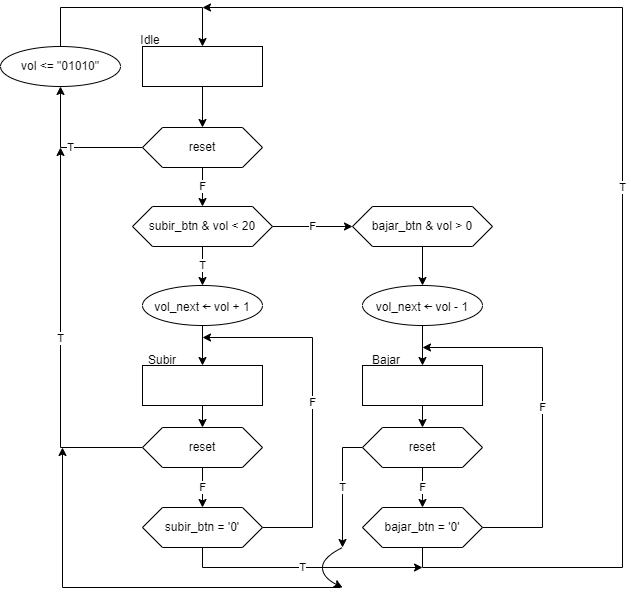
Before: Diagrama Controlador Volumen (3.7).png, a diagram exported from draw.io (crbgx/DSED-2021). Source tidied: cells renumbered, new cells last; positions are measured from the earlier drawing's top-left corner, leaving out a move shared by most shapes.
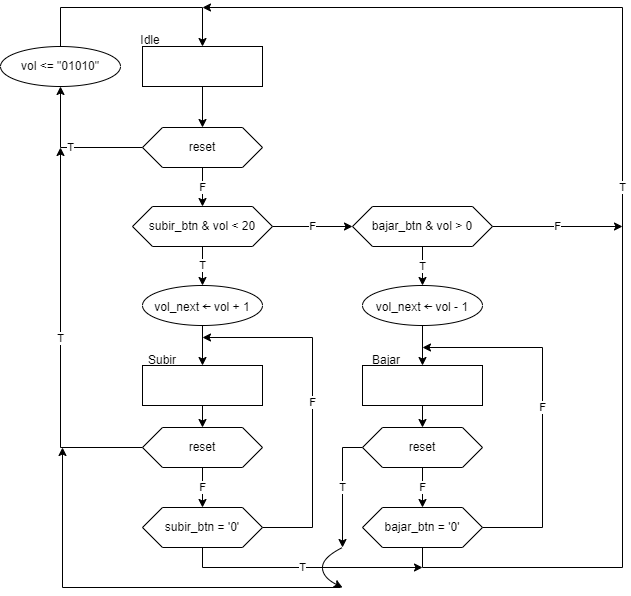
Above is the later version.

Commit message:
CORREGIDO DIAGRAMA VOLUMEN

Diff of the diagram source:
```diff
@@ -44,9 +44,14 @@
     <mxCell id="15" value="vol_next&amp;nbsp;&lt;span style=&quot;font-family: &amp;#34;consolas&amp;#34; , &amp;#34;menlo&amp;#34; , &amp;#34;courier new&amp;#34; , monospace ; font-size: 15px ; background-color: rgb(255 , 255 , 255)&quot;&gt;←&lt;/span&gt;&amp;nbsp;vol + 1" style="ellipse;whiteSpace=wrap;html=1;" parent="1" vertex="1">
       <mxGeometry x="142" y="278" width="120" height="40" as="geometry" />
     </mxCell>
-    <mxCell id="16" style="edgeStyle=orthogonalEdgeStyle;rounded=0;jettySize=auto;html=1;exitX=0.5;exitY=1;exitDx=0;exitDy=0;entryX=0.5;entryY=0;entryDx=0;entryDy=0;" parent="1" edge="1" source="17" target="19">
+    <mxCell id="16" value="T" style="edgeStyle=orthogonalEdgeStyle;rounded=0;jettySize=auto;html=1;exitX=0.5;exitY=1;exitDx=0;exitDy=0;entryX=0.5;entryY=0;entryDx=0;entryDy=0;" parent="1" edge="1" source="17" target="19">
       <mxGeometry relative="1" as="geometry" />
     </mxCell>
+    <mxCell id="40" value="F" style="edgeStyle=orthogonalEdgeStyle;rounded=0;jettySize=auto;html=1;exitX=1;exitY=0.5;exitDx=0;exitDy=0;" parent="1" edge="1" source="17">
+      <mxGeometry relative="1" as="geometry">
+        <mxPoint x="622" y="219" as="targetPoint" />
+      </mxGeometry>
+    </mxCell>
     <mxCell id="17" value="bajar_btn &amp;amp; vol &amp;gt; 0" style="shape=hexagon;perimeter=hexagonPerimeter2;whiteSpace=wrap;html=1;fixedSize=1;" parent="1" vertex="1">
       <mxGeometry x="352" y="199" width="140" height="40" as="geometry" />
     </mxCell>
```
